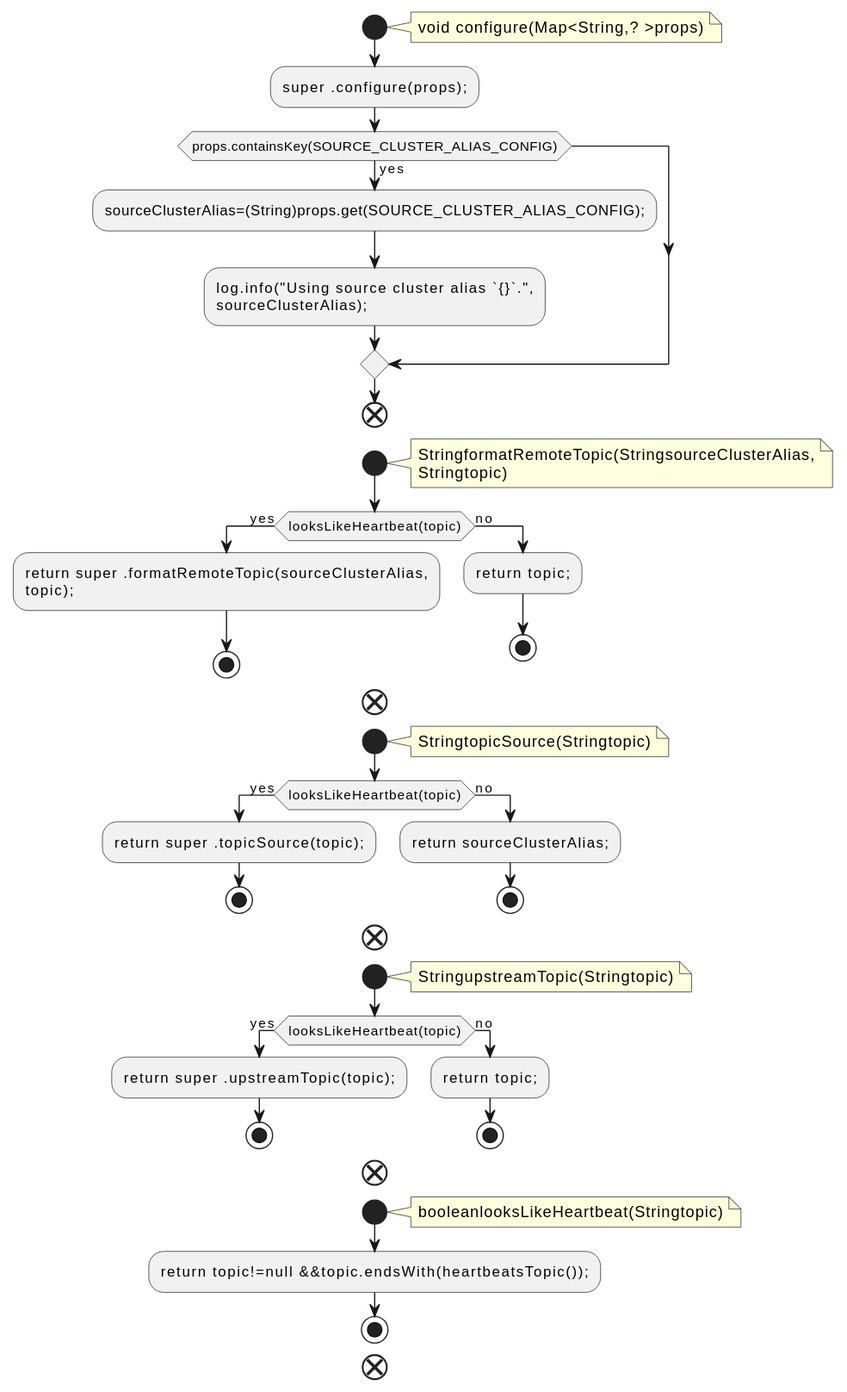
Before: docs/qc/connect/mirror-client/src/main/java/org/apache/kafka/connect/mirror/IdentityReplicationPolicy.java.fct.svg, a diagram exported from PlantUML (qualitesys/kafka).
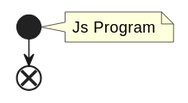
Later version of the same file.

Diff of the diagram source:
```diff
@@ -2,58 +2,7 @@
 !pragma layout smetana
 start
 note right
-void configure(Map<String,? >props)
+Js Program
 end note
-:super .configure(props);;
-if (props.containsKey(SOURCE_CLUSTER_ALIAS_CONFIG)) then (yes)
-:sourceClusterAlias=(String)props.get(SOURCE_CLUSTER_ALIAS_CONFIG);;
-:log.info("Using source cluster alias `{}`.",
-sourceClusterAlias);;
-endif
-end
-start
-note right
-StringformatRemoteTopic(StringsourceClusterAlias,
-Stringtopic)
-end note
-if (looksLikeHeartbeat(topic)) then (yes)
-:return super .formatRemoteTopic(sourceClusterAlias,
-topic);;
-stop
-else (no)
-:return topic;;
-stop
-endif
-end
-start
-note right
-StringtopicSource(Stringtopic)
-end note
-if (looksLikeHeartbeat(topic)) then (yes)
-:return super .topicSource(topic);;
-stop
-else (no)
-:return sourceClusterAlias;;
-stop
-endif
-end
-start
-note right
-StringupstreamTopic(Stringtopic)
-end note
-if (looksLikeHeartbeat(topic)) then (yes)
-:return super .upstreamTopic(topic);;
-stop
-else (no)
-:return topic;;
-stop
-endif
-end
-start
-note right
-booleanlooksLikeHeartbeat(Stringtopic)
-end note
-:return topic!=null &&topic.endsWith(heartbeatsTopic());;
-stop
 end
 @enduml
```
